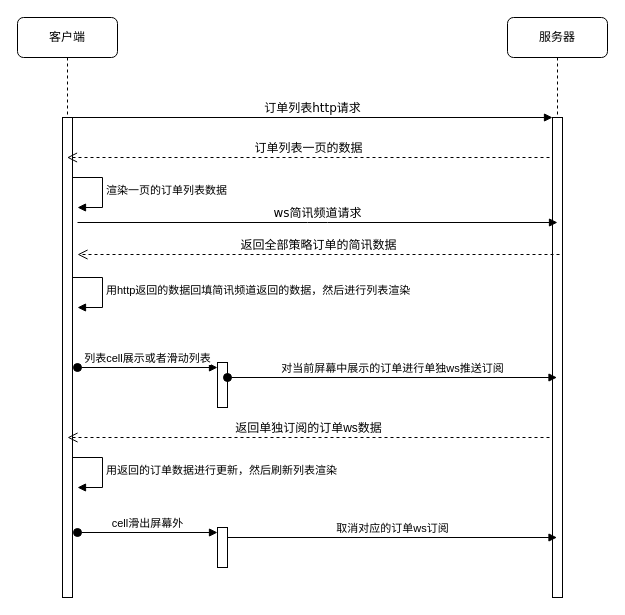
Above: page "Page-1" (1 of 2) of 未命名绘图.drawio in const-zhou/const.zhou.github.io (draw.io), before the change. Source tidied: cells renumbered, new cells numbered last; positions are measured from the earlier drawing's top-left corner, leaving out a move shared by most shapes. Both pictures are drawn from the tidied source at 100%, with x=0, y=0 at pixel (17, 17).
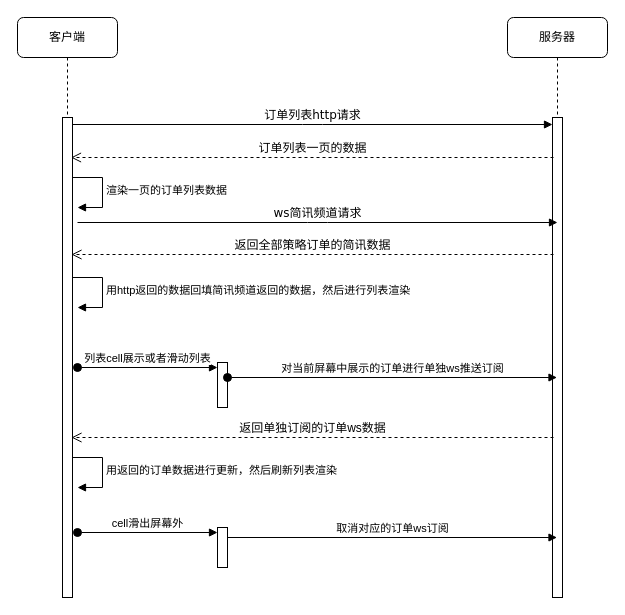
The same page after the edit.

Commit message:
更新未命名绘图.drawio

The change refers to these unchanged cells:
```xml
<mxCell id="3" style="html=1;points=[];perimeter=orthogonalPerimeter;rounded=0;shadow=0;comic=0;labelBackgroundColor=none;strokeWidth=1;fontFamily=Verdana;fontSize=12;align=center;" parent="2" vertex="1">
  <mxGeometry x="45" y="100" width="10" height="480" as="geometry" />
</mxCell>
<mxCell id="4" value="客户端" style="shape=umlLifeline;perimeter=lifelinePerimeter;whiteSpace=wrap;html=1;outlineConnect=0;rounded=1;shadow=0;comic=0;labelBackgroundColor=none;strokeWidth=1;fontFamily=Verdana;fontSize=12;align=center;" parent="1" vertex="1">
  <mxGeometry width="100" height="580" as="geometry" />
</mxCell>
<mxCell id="5" style="html=1;points=[];perimeter=orthogonalPerimeter;rounded=0;shadow=0;comic=0;labelBackgroundColor=none;strokeWidth=1;fontFamily=Verdana;fontSize=12;align=center;" parent="4" vertex="1">
  <mxGeometry x="45" y="100" width="10" height="480" as="geometry" />
</mxCell>
```

The edit, as a diff of the source:
```diff
@@
-    <mxCell id="9" value="订单列表http请求" style="html=1;verticalAlign=bottom;endArrow=block;entryX=0;entryY=0;labelBackgroundColor=none;fontFamily=Verdana;fontSize=12;edgeStyle=elbowEdgeStyle;elbow=vertical;" parent="1" edge="1" source="5" target="3">
-      <mxGeometry relative="1" as="geometry" />
+    <mxCell id="9" value="订单列表http请求" style="html=1;verticalAlign=bottom;endArrow=block;entryX=0;entryY=0;labelBackgroundColor=none;fontFamily=Verdana;fontSize=12;edgeStyle=elbowEdgeStyle;elbow=vertical;" parent="1" edge="1">
+      <mxGeometry relative="1" as="geometry">
+        <mxPoint x="55" y="107" as="sourcePoint" />
+        <mxPoint x="535" y="107" as="targetPoint" />
+      </mxGeometry>
     </mxCell>
-    <mxCell id="10" value="&lt;span style=&quot;font-size: 12px;&quot;&gt;订单列表一页的数据&lt;/span&gt;" style="html=1;verticalAlign=bottom;endArrow=open;dashed=1;endSize=8;curved=0;rounded=0;exitX=-0.3;exitY=0.12;exitDx=0;exitDy=0;exitPerimeter=0;" parent="1" edge="1" target="4">
+    <mxCell id="10" value="&lt;span style=&quot;font-size: 12px;&quot;&gt;订单列表一页的数据&lt;/span&gt;" style="html=1;verticalAlign=bottom;endArrow=open;dashed=1;endSize=8;curved=0;rounded=0;exitX=-0.3;exitY=0.12;exitDx=0;exitDy=0;exitPerimeter=0;" parent="1" edge="1">
       <mxGeometry relative="1" as="geometry">
-        <mxPoint x="532" y="140" as="sourcePoint" />
+        <mxPoint x="536" y="140" as="sourcePoint" />
+        <mxPoint x="53.5" y="140" as="targetPoint" />
       </mxGeometry>
     </mxCell>
@@
     <mxCell id="12" value="&lt;span style=&quot;font-size: 12px;&quot;&gt;返回全部策略订单的简讯数据&lt;/span&gt;" style="html=1;verticalAlign=bottom;endArrow=open;dashed=1;endSize=8;curved=0;rounded=0;exitX=-0.3;exitY=0.12;exitDx=0;exitDy=0;exitPerimeter=0;" parent="1" edge="1">
       <mxGeometry relative="1" as="geometry">
-        <mxPoint x="542" y="237" as="sourcePoint" />
-        <mxPoint x="60" y="237" as="targetPoint" />
+        <mxPoint x="536" y="237" as="sourcePoint" />
+        <mxPoint x="54" y="237" as="targetPoint" />
       </mxGeometry>
     </mxCell>
@@
     <mxCell id="16" value="&lt;span style=&quot;font-size: 12px;&quot;&gt;返回单独订阅的订单ws数据&lt;/span&gt;" style="html=1;verticalAlign=bottom;endArrow=open;dashed=1;endSize=8;curved=0;rounded=0;exitX=-0.3;exitY=0.12;exitDx=0;exitDy=0;exitPerimeter=0;" parent="1" edge="1">
       <mxGeometry relative="1" as="geometry">
-        <mxPoint x="532" y="420" as="sourcePoint" />
-        <mxPoint x="50" y="420" as="targetPoint" />
+        <mxPoint x="536" y="420" as="sourcePoint" />
+        <mxPoint x="54" y="420" as="targetPoint" />
       </mxGeometry>
     </mxCell>
```
